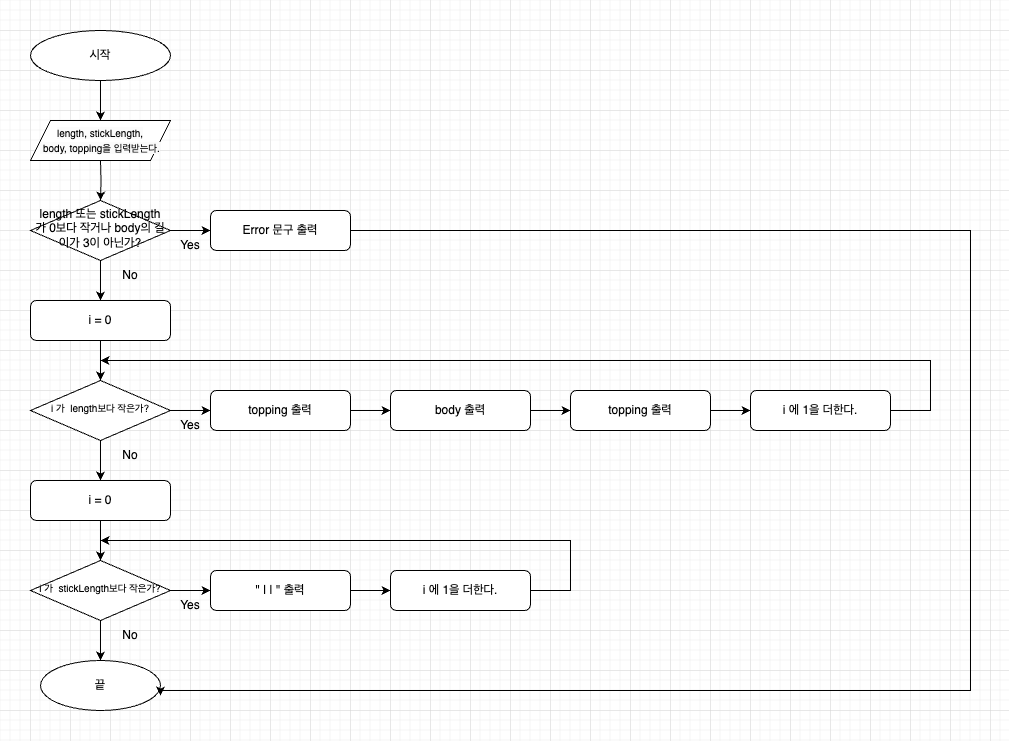
The draw.io diagram CodeStarterCamp_Week1/PeperoFlowChart.png in yagom-academy/swift-starter-Round1, before a commit. Source tidied: cells renumbered, new cells last; positions are measured from the earlier drawing's top-left corner, leaving out a move shared by most shapes.
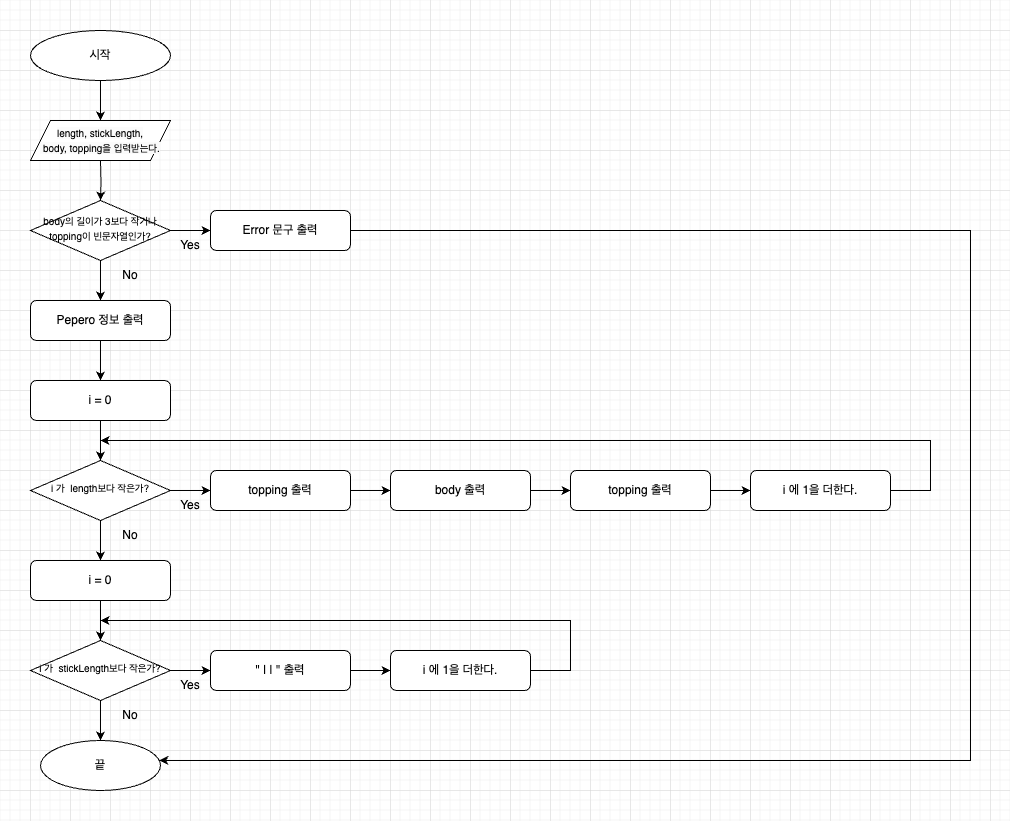
Later version of the same file.

Diff of the diagram source:
```diff
@@ -2,9 +2,6 @@
   <root>
     <mxCell id="0" />
     <mxCell id="1" parent="0" />
-    <mxCell id="2" style="edgeStyle=orthogonalEdgeStyle;rounded=0;jettySize=auto;html=1;" parent="1" edge="1" source="34" target="29">
-      <mxGeometry relative="1" as="geometry" />
-    </mxCell>
     <mxCell id="3" style="edgeStyle=orthogonalEdgeStyle;rounded=0;jettySize=auto;html=1;" parent="1" edge="1" source="5" target="13">
       <mxGeometry relative="1" as="geometry" />
     </mxCell>
@@ -25,11 +22,11 @@
     </mxCell>
     <mxCell id="9" style="edgeStyle=orthogonalEdgeStyle;rounded=0;jettySize=auto;html=1;" parent="1" edge="1" source="10">
       <mxGeometry relative="1" as="geometry">
-        <mxPoint x="70" y="90" as="targetPoint" />
+        <mxPoint x="70" y="10" as="targetPoint" />
       </mxGeometry>
     </mxCell>
     <mxCell id="10" value="시작" style="ellipse;whiteSpace=wrap;html=1;" parent="1" vertex="1">
-      <mxGeometry width="140" height="50" as="geometry" />
+      <mxGeometry y="-80" width="140" height="50" as="geometry" />
     </mxCell>
     <mxCell id="11" value="끝" style="ellipse;whiteSpace=wrap;html=1;" parent="1" vertex="1">
       <mxGeometry x="10" y="630" width="120" height="50" as="geometry" />
@@ -89,22 +86,20 @@
     </mxCell>
     <mxCell id="25" style="edgeStyle=orthogonalEdgeStyle;rounded=0;orthogonalLoop=1;jettySize=auto;html=1;" parent="1" edge="1">
       <mxGeometry relative="1" as="geometry">
-        <mxPoint x="70" y="130" as="sourcePoint" />
-        <mxPoint x="70" y="170" as="targetPoint" />
+        <mxPoint x="70" y="50" as="sourcePoint" />
+        <mxPoint x="70" y="90" as="targetPoint" />
       </mxGeometry>
     </mxCell>
-    <mxCell id="26" style="edgeStyle=orthogonalEdgeStyle;rounded=0;jettySize=auto;html=1;exitX=1;exitY=0.5;exitDx=0;exitDy=0;entryX=1;entryY=0.5;entryDx=0;entryDy=0;" parent="1" edge="1" source="27">
+    <mxCell id="26" style="edgeStyle=orthogonalEdgeStyle;rounded=0;jettySize=auto;html=1;exitX=1;exitY=0.5;exitDx=0;exitDy=0;" parent="1" edge="1" source="27" target="11">
       <mxGeometry relative="1" as="geometry">
-        <mxPoint x="130" y="665" as="targetPoint" />
         <Array as="points">
-          <mxPoint x="940" y="200" />
-          <mxPoint x="940" y="660" />
-          <mxPoint x="130" y="660" />
+          <mxPoint x="940" y="120" />
+          <mxPoint x="940" y="650" />
         </Array>
       </mxGeometry>
     </mxCell>
     <mxCell id="27" value="Error 문구 출력" style="rounded=1;whiteSpace=wrap;html=1;fontSize=12;glass=0;strokeWidth=1;shadow=0;" parent="1" vertex="1">
-      <mxGeometry x="180" y="180" width="140" height="40" as="geometry" />
+      <mxGeometry x="180" y="100" width="140" height="40" as="geometry" />
     </mxCell>
     <mxCell id="28" style="edgeStyle=orthogonalEdgeStyle;rounded=0;jettySize=auto;html=1;" parent="1" edge="1" source="29" target="5">
       <mxGeometry relative="1" as="geometry" />
@@ -115,19 +110,19 @@
     <mxCell id="30" value="No" style="text;html=1;strokeColor=none;fillColor=none;align=center;verticalAlign=middle;whiteSpace=wrap;rounded=0;" parent="1" vertex="1">
       <mxGeometry x="70" y="410" width="60" height="30" as="geometry" />
     </mxCell>
-    <mxCell id="31" value="No" style="text;html=1;strokeColor=none;fillColor=none;align=center;verticalAlign=middle;whiteSpace=wrap;rounded=0;" parent="1" vertex="1">
-      <mxGeometry x="70" y="230" width="60" height="30" as="geometry" />
-    </mxCell>
     <mxCell id="32" style="edgeStyle=orthogonalEdgeStyle;rounded=0;jettySize=auto;html=1;" parent="1" edge="1" target="34">
       <mxGeometry relative="1" as="geometry">
-        <mxPoint x="70" y="210" as="sourcePoint" />
+        <mxPoint x="70" y="130" as="sourcePoint" />
       </mxGeometry>
     </mxCell>
     <mxCell id="33" style="edgeStyle=orthogonalEdgeStyle;rounded=0;jettySize=auto;html=1;" parent="1" edge="1" source="34" target="27">
       <mxGeometry relative="1" as="geometry" />
     </mxCell>
+    <mxCell id="41" style="edgeStyle=orthogonalEdgeStyle;rounded=0;jettySize=auto;html=1;" parent="1" edge="1" source="34" target="43">
+      <mxGeometry relative="1" as="geometry" />
+    </mxCell>
-    <mxCell id="34" value="&lt;font style=&quot;font-size: 12px;&quot;&gt;length 또는 stickLength가 0보다 작거나 body의 길이가 3이 아닌가?&lt;/font&gt;" style="rhombus;whiteSpace=wrap;html=1;shadow=0;fontFamily=Helvetica;fontSize=12;align=center;strokeWidth=1;spacing=6;spacingTop=-4;" parent="1" vertex="1">
-      <mxGeometry y="170" width="140" height="60" as="geometry" />
+    <mxCell id="34" value="&lt;font style=&quot;font-size: 10px;&quot;&gt;body의 길이가 3보다 작거나 topping이&amp;nbsp;빈문자열인가?&lt;/font&gt;" style="rhombus;whiteSpace=wrap;html=1;shadow=0;fontFamily=Helvetica;fontSize=12;align=center;strokeWidth=1;spacing=6;spacingTop=-4;" parent="1" vertex="1">
+      <mxGeometry y="90" width="140" height="60" as="geometry" />
     </mxCell>
     <mxCell id="35" style="edgeStyle=orthogonalEdgeStyle;rounded=0;jettySize=auto;html=1;" parent="1" edge="1" source="36" target="38">
       <mxGeometry relative="1" as="geometry" />
@@ -142,10 +137,19 @@
       <mxGeometry x="540" y="360" width="140" height="40" as="geometry" />
     </mxCell>
     <mxCell id="39" value="Yes" style="text;html=1;strokeColor=none;fillColor=none;align=center;verticalAlign=middle;whiteSpace=wrap;rounded=0;" parent="1" vertex="1">
-      <mxGeometry x="130" y="200" width="60" height="30" as="geometry" />
+      <mxGeometry x="130" y="120" width="60" height="30" as="geometry" />
     </mxCell>
     <mxCell id="40" value="&lt;font style=&quot;font-size: 10px;&quot;&gt;&lt;span style=&quot;color: rgb(0, 0, 0); font-family: Helvetica; font-style: normal; font-variant-ligatures: normal; font-variant-caps: normal; font-weight: 400; letter-spacing: normal; orphans: 2; text-align: center; text-indent: 0px; text-transform: none; widows: 2; word-spacing: 0px; -webkit-text-stroke-width: 0px; background-color: rgb(251, 251, 251); text-decoration-thickness: initial; text-decoration-style: initial; text-decoration-color: initial; float: none; display: inline !important;&quot;&gt;length, stickLength,&lt;br&gt;&amp;nbsp;body,&amp;nbsp;&lt;/span&gt;&lt;span style=&quot;color: rgb(0, 0, 0); font-family: Helvetica; font-style: normal; font-variant-ligatures: normal; font-variant-caps: normal; font-weight: 400; letter-spacing: normal; orphans: 2; text-align: center; text-indent: 0px; text-transform: none; widows: 2; word-spacing: 0px; -webkit-text-stroke-width: 0px; background-color: rgb(251, 251, 251); text-decoration-thickness: initial; text-decoration-style: initial; text-decoration-color: initial; float: none; display: inline !important;&quot;&gt;topping을 입력받는다.&lt;/span&gt;&lt;/font&gt;" style="shape=parallelogram;perimeter=parallelogramPerimeter;whiteSpace=wrap;html=1;fixedSize=1;" parent="1" vertex="1">
-      <mxGeometry y="90" width="140" height="40" as="geometry" />
+      <mxGeometry y="10" width="140" height="40" as="geometry" />
     </mxCell>
+    <mxCell id="42" style="edgeStyle=orthogonalEdgeStyle;rounded=0;jettySize=auto;html=1;" parent="1" edge="1" source="43" target="29">
+      <mxGeometry relative="1" as="geometry" />
+    </mxCell>
+    <mxCell id="43" value="Pepero 정보 출력" style="rounded=1;whiteSpace=wrap;html=1;fontSize=12;glass=0;strokeWidth=1;shadow=0;" parent="1" vertex="1">
+      <mxGeometry y="190" width="140" height="40" as="geometry" />
+    </mxCell>
+    <mxCell id="31" value="No" style="text;html=1;strokeColor=none;fillColor=none;align=center;verticalAlign=middle;whiteSpace=wrap;rounded=0;" parent="1" vertex="1">
+      <mxGeometry x="70" y="150" width="60" height="30" as="geometry" />
+    </mxCell>
   </root>
 </mxGraphModel>
```
